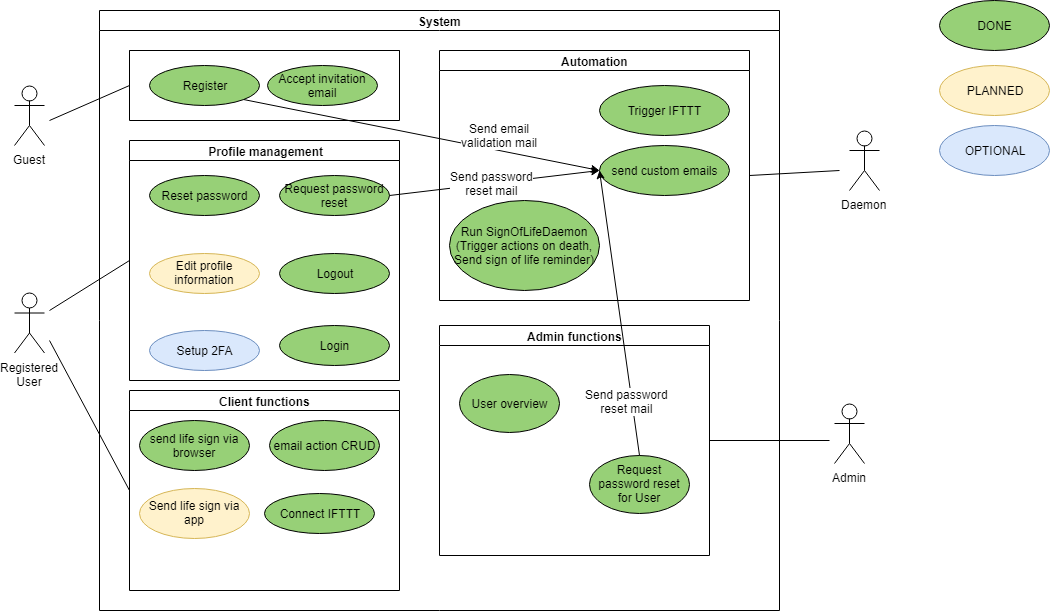
DigiWill-dhbw/Documentation keeps this draw.io diagram as SRS/UC_Diagram.png. Above is the earlier version. Source tidied: cells renumbered, new cells last; positions are measured from the earlier drawing's top-left corner, leaving out a move shared by most shapes.
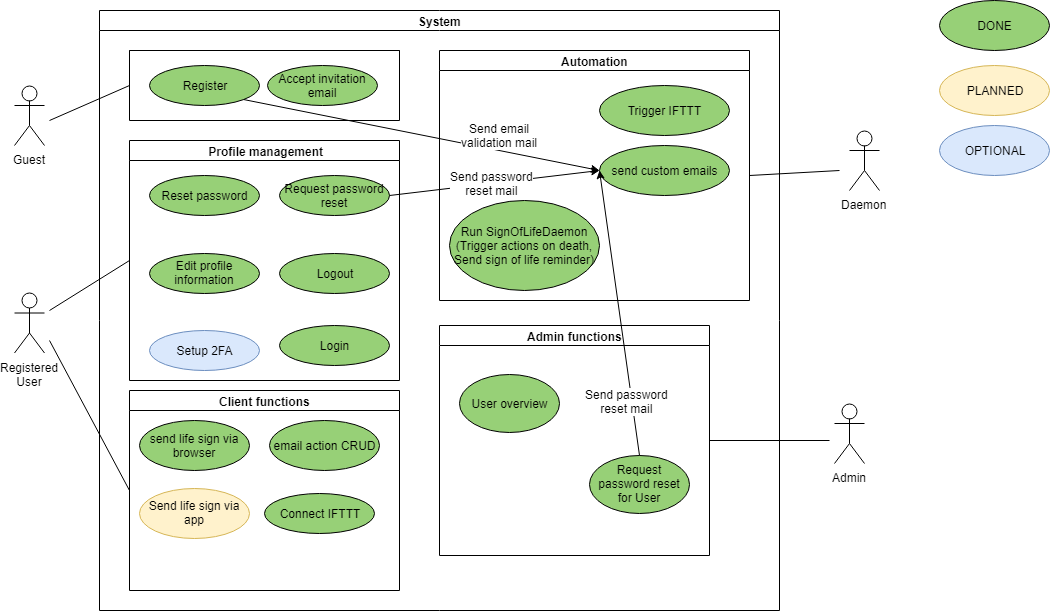
The same diagram one commit later.

Commit message:
Adjusted use case diagram to include finished profile editing

The edit, as a diff of the source:
```diff
@@ -47,7 +47,7 @@
     <mxCell id="16" value="&amp;nbsp;Profile management" style="swimlane;html=1;startSize=20;horizontal=1;containerType=tree;" parent="3" vertex="1">
       <mxGeometry x="30" y="130" width="270" height="240" as="geometry" />
     </mxCell>
-    <mxCell id="17" value="Edit profile information" style="ellipse;whiteSpace=wrap;html=1;fillColor=#fff2cc;strokeColor=#d6b656;" parent="16" vertex="1">
+    <mxCell id="17" value="Edit profile information" style="ellipse;whiteSpace=wrap;html=1;fillColor=#97D077;strokeColor=#000000;" parent="16" vertex="1">
       <mxGeometry x="20" y="112.5" width="110" height="40" as="geometry" />
     </mxCell>
     <mxCell id="18" value="Setup 2FA" style="ellipse;whiteSpace=wrap;html=1;fillColor=#dae8fc;strokeColor=#6c8ebf;" parent="16" vertex="1">
```
